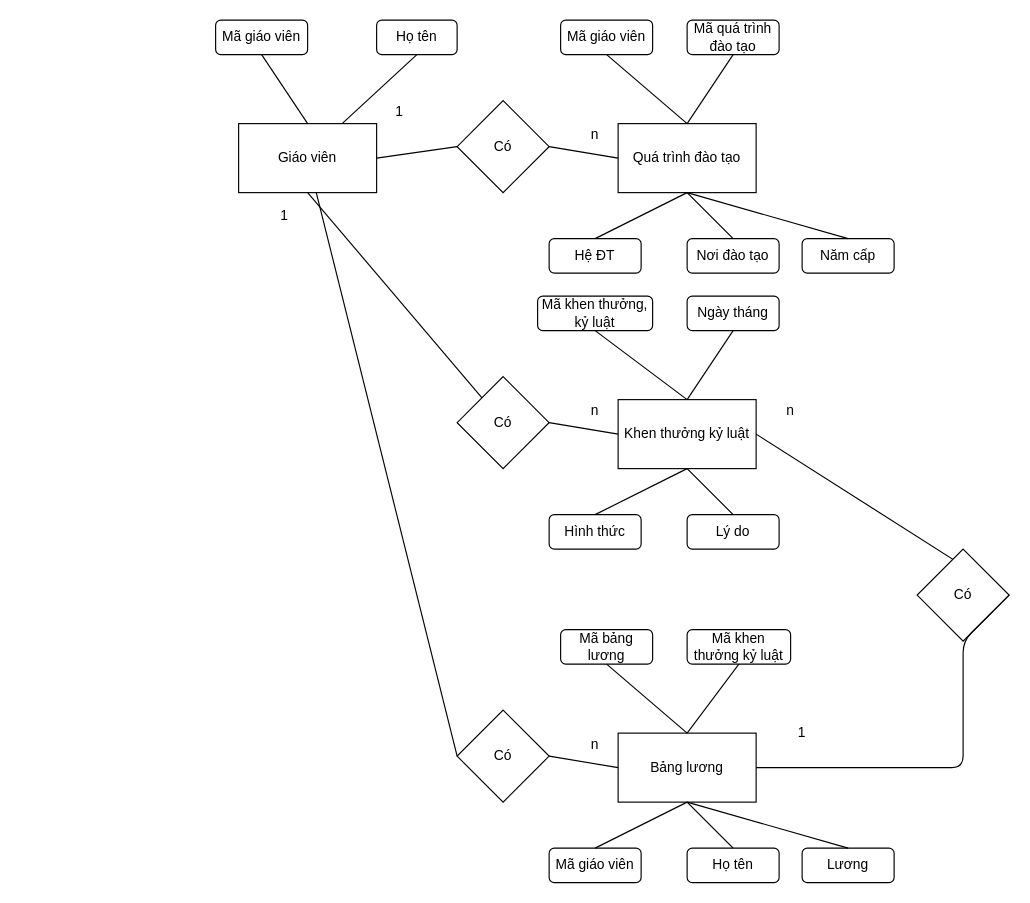
Above: CSDL_thuc the lien ket.drawio in dockusan/drawio (draw.io), before the change. Source tidied: cells renumbered, new cells numbered last; positions are measured from the earlier drawing's top-left corner, leaving out a move shared by most shapes. Both pictures are drawn from the tidied source at 115%, with x=0, y=0 at pixel (215, 20).
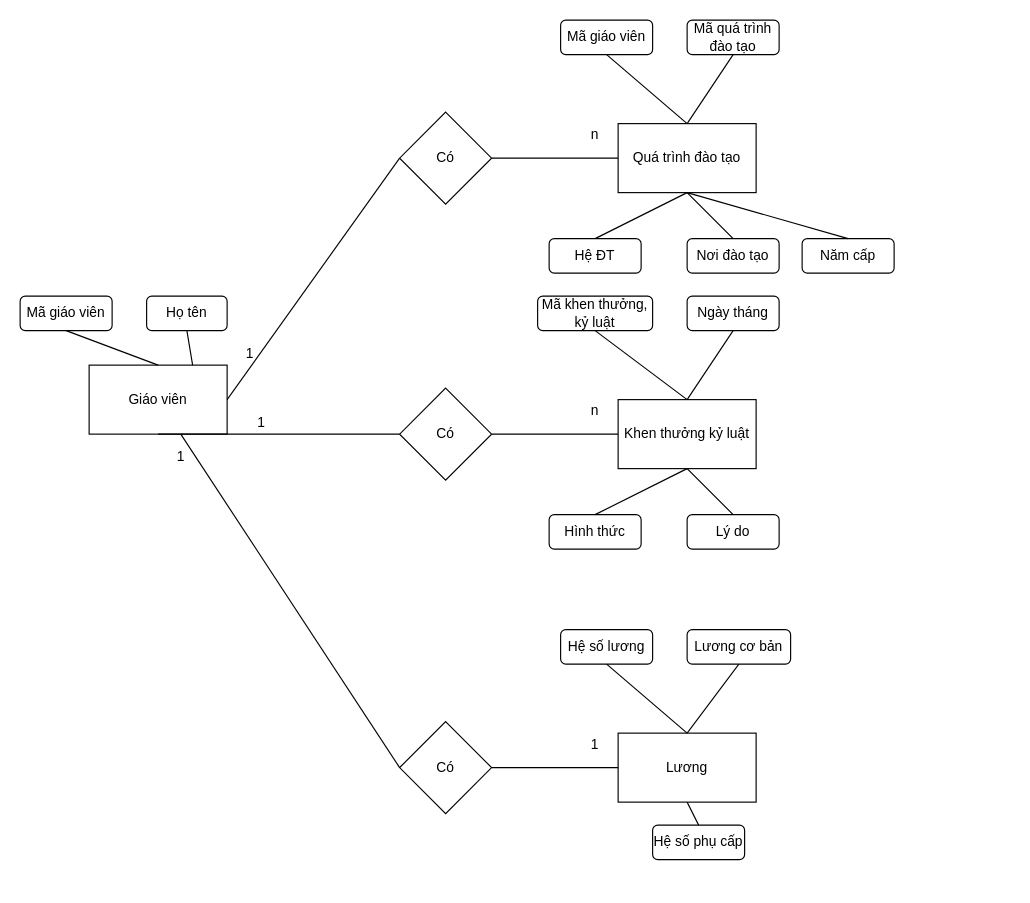
Above is the later version.

The change refers to these unchanged cells:
```xml
<mxCell id="20" value="Khen thưởng kỷ luật" style="rounded=0;whiteSpace=wrap;html=1;" parent="1" vertex="1">
  <mxGeometry x="350" y="330" width="120" height="60" as="geometry" />
</mxCell>
```

The edit, as a diff of the source:
```diff
@@
     <mxCell id="2" value="Giáo viên" style="rounded=0;whiteSpace=wrap;html=1;" parent="1" vertex="1">
-      <mxGeometry x="20" y="90" width="120" height="60" as="geometry" />
+      <mxGeometry x="-110" y="300" width="120" height="60" as="geometry" />
     </mxCell>
@@
     <mxCell id="4" value="Mã giáo viên" style="rounded=1;whiteSpace=wrap;html=1;" parent="1" vertex="1">
-      <mxGeometry width="80" height="30" as="geometry" />
+      <mxGeometry x="-170" y="240" width="80" height="30" as="geometry" />
     </mxCell>
     <mxCell id="5" value="Họ tên" style="rounded=1;whiteSpace=wrap;html=1;" parent="1" vertex="1">
-      <mxGeometry x="140" width="70" height="30" as="geometry" />
+      <mxGeometry x="-60" y="240" width="70" height="30" as="geometry" />
     </mxCell>
@@
     <mxCell id="15" value="Có" style="rhombus;whiteSpace=wrap;html=1;" parent="1" vertex="1">
-      <mxGeometry x="210" y="70" width="80" height="80" as="geometry" />
+      <mxGeometry x="160" y="80" width="80" height="80" as="geometry" />
     </mxCell>
     <mxCell id="16" value="1" style="text;html=1;strokeColor=none;fillColor=none;align=center;verticalAlign=middle;whiteSpace=wrap;rounded=0;" parent="1" vertex="1">
-      <mxGeometry x="140" y="70" width="40" height="20" as="geometry" />
+      <mxGeometry x="20" y="340" width="40" height="20" as="geometry" />
     </mxCell>
@@
     <mxCell id="29" value="Có" style="rhombus;whiteSpace=wrap;html=1;" parent="1" vertex="1">
-      <mxGeometry x="210" y="310" width="80" height="80" as="geometry" />
+      <mxGeometry x="160" y="320" width="80" height="80" as="geometry" />
     </mxCell>
@@
-    <mxCell id="32" value="Bảng lương" style="rounded=0;whiteSpace=wrap;html=1;" parent="1" vertex="1">
+    <mxCell id="32" value="Lương" style="rounded=0;whiteSpace=wrap;html=1;" parent="1" vertex="1">
       <mxGeometry x="350" y="620" width="120" height="60" as="geometry" />
     </mxCell>
-    <mxCell id="33" value="Mã bảng lương" style="rounded=1;whiteSpace=wrap;html=1;" parent="1" vertex="1">
+    <mxCell id="33" value="Hệ số lương" style="rounded=1;whiteSpace=wrap;html=1;" parent="1" vertex="1">
       <mxGeometry x="300" y="530" width="80" height="30" as="geometry" />
     </mxCell>
-    <mxCell id="34" value="Mã khen thưởng kỷ luật" style="rounded=1;whiteSpace=wrap;html=1;" parent="1" vertex="1">
+    <mxCell id="34" value="Lương cơ bản" style="rounded=1;whiteSpace=wrap;html=1;" parent="1" vertex="1">
       <mxGeometry x="410" y="530" width="90" height="30" as="geometry" />
     </mxCell>
-    <mxCell id="35" value="Mã giáo viên" style="rounded=1;whiteSpace=wrap;html=1;" parent="1" vertex="1">
-      <mxGeometry x="290" y="720" width="80" height="30" as="geometry" />
+    <mxCell id="35" value="Hệ số phụ cấp" style="rounded=1;whiteSpace=wrap;html=1;" parent="1" vertex="1">
+      <mxGeometry x="380" y="700" width="80" height="30" as="geometry" />
     </mxCell>
-    <mxCell id="36" value="Họ tên" style="rounded=1;whiteSpace=wrap;html=1;" parent="1" vertex="1">
-      <mxGeometry x="410" y="720" width="80" height="30" as="geometry" />
-    </mxCell>
@@
-    <mxCell id="38" style="endArrow=none;html=1;exitX=0.5;exitY=0;exitDx=0;exitDy=0;" parent="1" edge="1" source="36">
-      <mxGeometry relative="1" as="geometry">
-        <mxPoint x="410" y="680" as="targetPoint" />
-      </mxGeometry>
-    </mxCell>
@@
     <mxCell id="41" value="Có" style="rhombus;whiteSpace=wrap;html=1;" parent="1" vertex="1">
-      <mxGeometry x="210" y="600" width="80" height="80" as="geometry" />
+      <mxGeometry x="160" y="610" width="80" height="80" as="geometry" />
     </mxCell>
-    <mxCell id="42" value="n" style="text;html=1;strokeColor=none;fillColor=none;align=center;verticalAlign=middle;whiteSpace=wrap;rounded=0;" parent="1" vertex="1">
+    <mxCell id="42" value="1" style="text;html=1;strokeColor=none;fillColor=none;align=center;verticalAlign=middle;whiteSpace=wrap;rounded=0;" parent="1" vertex="1">
       <mxGeometry x="310" y="620" width="40" height="20" as="geometry" />
     </mxCell>
@@
     <mxCell id="46" value="1" style="text;html=1;strokeColor=none;fillColor=none;align=center;verticalAlign=middle;whiteSpace=wrap;rounded=0;" parent="1" vertex="1">
-      <mxGeometry x="40" y="160" width="40" height="20" as="geometry" />
+      <mxGeometry x="10" y="280" width="40" height="20" as="geometry" />
     </mxCell>
-    <mxCell id="47" style="endArrow=none;html=1;exitX=1;exitY=0.5;exitDx=0;exitDy=0;entryX=1;entryY=0.5;entryDx=0;entryDy=0;" parent="1" edge="1" source="52" target="20">
-      <mxGeometry relative="1" as="geometry" />
-    </mxCell>
-    <mxCell id="48" value="1" style="text;html=1;strokeColor=none;fillColor=none;align=center;verticalAlign=middle;whiteSpace=wrap;rounded=0;" parent="1" vertex="1">
-      <mxGeometry x="490" y="610" width="40" height="20" as="geometry" />
-    </mxCell>
-    <mxCell id="49" value="n" style="text;html=1;strokeColor=none;fillColor=none;align=center;verticalAlign=middle;whiteSpace=wrap;rounded=0;" parent="1" vertex="1">
-      <mxGeometry x="480" y="330" width="40" height="20" as="geometry" />
-    </mxCell>
-    <mxCell id="50" value="Lương" style="rounded=1;whiteSpace=wrap;html=1;" parent="1" vertex="1">
-      <mxGeometry x="510" y="720" width="80" height="30" as="geometry" />
-    </mxCell>
-    <mxCell id="51" style="endArrow=none;html=1;entryX=0.5;entryY=0;entryDx=0;entryDy=0;" parent="1" edge="1" target="50">
-      <mxGeometry relative="1" as="geometry">
-        <mxPoint x="410" y="680" as="sourcePoint" />
-      </mxGeometry>
-    </mxCell>
-    <mxCell id="52" value="Có" style="rhombus;whiteSpace=wrap;html=1;" parent="1" vertex="1">
-      <mxGeometry x="610" y="460" width="80" height="80" as="geometry" />
-    </mxCell>
-    <mxCell id="53" style="endArrow=none;html=1;exitX=1;exitY=0.5;exitDx=0;exitDy=0;entryX=1;entryY=0.5;entryDx=0;entryDy=0;" parent="1" edge="1" source="32" target="52">
-      <mxGeometry relative="1" as="geometry">
-        <Array as="points">
-          <mxPoint x="650" y="650" />
-          <mxPoint x="650" y="540" />
-        </Array>
-      </mxGeometry>
-    </mxCell>
@@
+    <mxCell id="48" value="1" style="text;html=1;strokeColor=none;fillColor=none;align=center;verticalAlign=middle;whiteSpace=wrap;rounded=0;" parent="1" vertex="1">
+      <mxGeometry x="-50" y="370" width="40" height="20" as="geometry" />
+    </mxCell>
```
